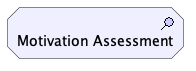
SixArm/archimate-examples keeps this PlantUML diagram as doc/elements/motivation-assessment.plantuml.png. Above is the earlier version.
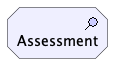
After the change.

The edit, as a diff of the source:
```diff
@@ -1,4 +1,4 @@
 @startuml
 !include <archimate/Archimate>
-Motivation_Assessment(MA_01, "Motivation Assessment")
+Motivation_Assessment(Assessment, "Assessment")
 @enduml
```
